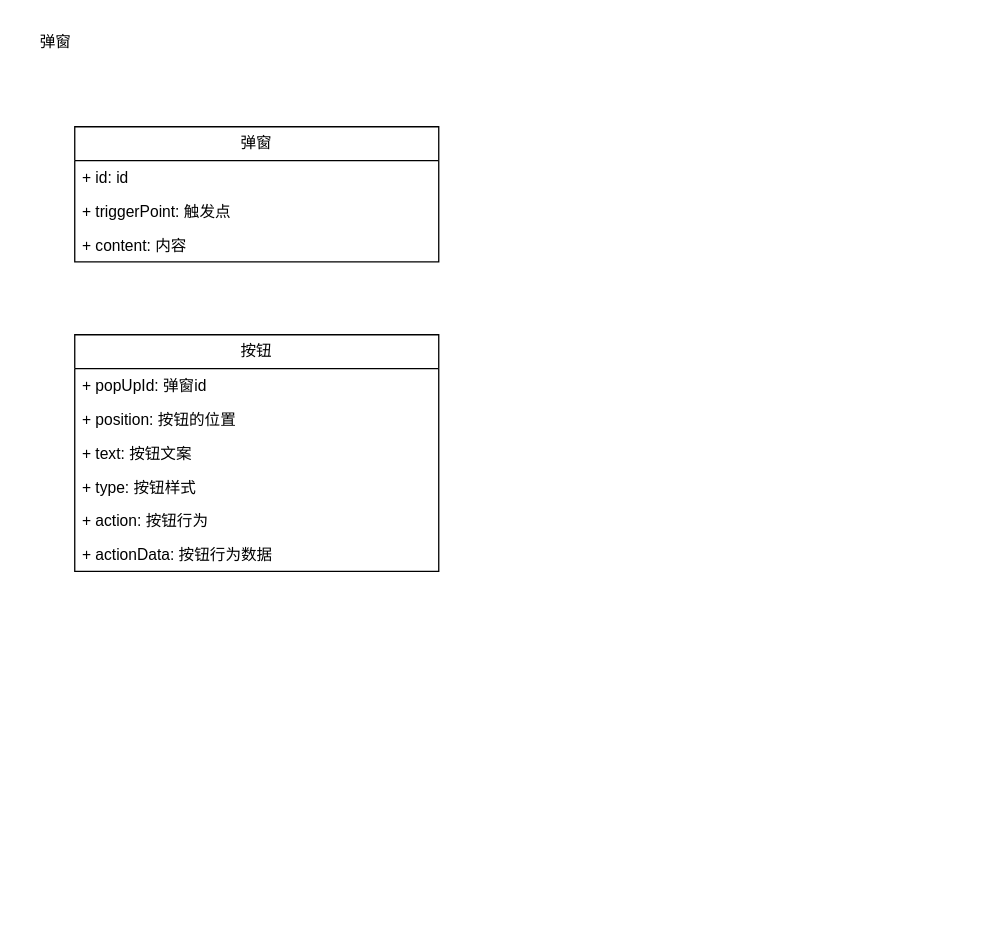
This is 新阅读弹窗.drawio from CruelFatOtaku/draw.io, a draw.io file, before an edit. Source tidied: cells renumbered, new cells numbered last; positions are measured from the earlier drawing's top-left corner, leaving out a move shared by most shapes. Both pictures are drawn from the tidied source at 130%, with x=0, y=0 at pixel (22, 22).
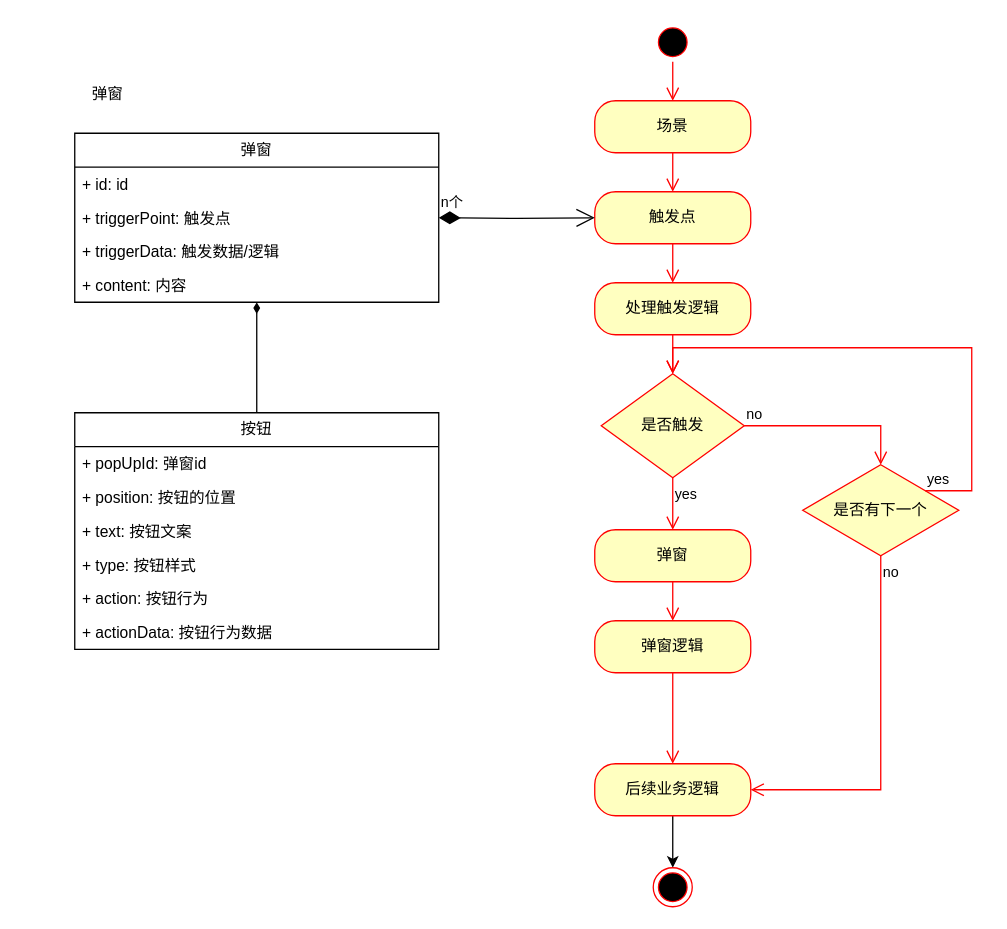
Above is the later version.

Commit message (it also covers changes not shown here):
更新新阅读弹窗.drawio

What changed in the source:
```diff
@@
     <mxCell id="2" value="弹窗" style="swimlane;fontStyle=0;horizontal=1;startSize=26;fillColor=none;whiteSpace=wrap;html=1;" parent="1" vertex="1">
-      <mxGeometry x="40" y="80" width="280" height="104" as="geometry" />
+      <mxGeometry x="40" y="85" width="280" height="130" as="geometry" />
     </mxCell>
@@
+    <mxCell id="14" value="+ triggerData: 触发数据/逻辑" style="text;strokeColor=none;fillColor=none;align=left;verticalAlign=top;spacingLeft=4;spacingRight=4;overflow=hidden;whiteSpace=wrap;html=1;" parent="2" vertex="1">
+      <mxGeometry y="78" width="280" height="26" as="geometry" />
+    </mxCell>
     <mxCell id="5" value="+ content: 内容" style="text;strokeColor=none;fillColor=none;align=left;verticalAlign=top;spacingLeft=4;spacingRight=4;overflow=hidden;whiteSpace=wrap;html=1;" parent="2" vertex="1">
-      <mxGeometry y="78" width="280" height="26" as="geometry" />
+      <mxGeometry y="104" width="280" height="26" as="geometry" />
     </mxCell>
+    <mxCell id="15" style="edgeStyle=orthogonalEdgeStyle;rounded=0;jettySize=auto;html=1;endArrow=diamondThin;endFill=1;" parent="1" edge="1" source="6" target="2">
+      <mxGeometry relative="1" as="geometry" />
+    </mxCell>
     <mxCell id="6" value="按钮" style="swimlane;fontStyle=0;horizontal=1;startSize=26;fillColor=none;whiteSpace=wrap;html=1;" parent="1" vertex="1">
-      <mxGeometry x="40" y="240" width="280" height="182" as="geometry" />
+      <mxGeometry x="40" y="300" width="280" height="182" as="geometry" />
     </mxCell>
@@
     <mxCell id="13" value="弹窗" style="text;html=1;align=center;verticalAlign=middle;strokeColor=none;fillColor=none;" parent="1" vertex="1">
-      <mxGeometry width="50" height="30" as="geometry" />
+      <mxGeometry x="40" y="40" width="50" height="30" as="geometry" />
     </mxCell>
+    <mxCell id="16" value="场景" style="rounded=1;whiteSpace=wrap;html=1;arcSize=40;fontColor=#000000;fillColor=#ffffc0;strokeColor=#ff0000;" parent="1" vertex="1">
+      <mxGeometry x="440" y="60" width="120" height="40" as="geometry" />
+    </mxCell>
+    <mxCell id="17" style="edgeStyle=orthogonalEdgeStyle;html=1;verticalAlign=bottom;endArrow=open;endSize=8;strokeColor=#ff0000;rounded=0;entryX=0.5;entryY=0;entryDx=0;entryDy=0;" parent="1" edge="1" source="16" target="18">
+      <mxGeometry relative="1" as="geometry" />
+    </mxCell>
+    <mxCell id="18" value="触发点" style="rounded=1;whiteSpace=wrap;html=1;arcSize=40;fontColor=#000000;fillColor=#ffffc0;strokeColor=#ff0000;" parent="1" vertex="1">
+      <mxGeometry x="440" y="130" width="120" height="40" as="geometry" />
+    </mxCell>
+    <mxCell id="19" style="edgeStyle=orthogonalEdgeStyle;html=1;verticalAlign=bottom;endArrow=open;endSize=8;strokeColor=#ff0000;rounded=0;entryX=0.5;entryY=0;entryDx=0;entryDy=0;" parent="1" edge="1" source="18" target="21">
+      <mxGeometry relative="1" as="geometry" />
+    </mxCell>
+    <mxCell id="20" value="n个" style="endArrow=open;html=1;endSize=12;startArrow=diamondThin;startSize=14;startFill=1;edgeStyle=orthogonalEdgeStyle;align=left;verticalAlign=bottom;rounded=0;entryX=0;entryY=0.5;entryDx=0;entryDy=0;" parent="1" edge="1" target="18">
+      <mxGeometry x="-1" y="3" relative="1" as="geometry">
+        <mxPoint x="320" y="150" as="sourcePoint" />
+      </mxGeometry>
+    </mxCell>
+    <mxCell id="21" value="处理触发逻辑" style="rounded=1;whiteSpace=wrap;html=1;arcSize=40;fontColor=#000000;fillColor=#ffffc0;strokeColor=#ff0000;" parent="1" vertex="1">
+      <mxGeometry x="440" y="200" width="120" height="40" as="geometry" />
+    </mxCell>
+    <mxCell id="22" style="edgeStyle=orthogonalEdgeStyle;html=1;verticalAlign=bottom;endArrow=open;endSize=8;strokeColor=#ff0000;rounded=0;entryX=0.5;entryY=0;entryDx=0;entryDy=0;" parent="1" edge="1" source="21" target="23">
+      <mxGeometry relative="1" as="geometry">
+        <Array as="points">
+          <mxPoint x="500" y="270" />
+          <mxPoint x="501" y="270" />
+        </Array>
+      </mxGeometry>
+    </mxCell>
+    <mxCell id="23" value="是否触发" style="rhombus;whiteSpace=wrap;html=1;fontColor=#000000;fillColor=#ffffc0;strokeColor=#ff0000;" parent="1" vertex="1">
+      <mxGeometry x="445" y="270" width="110" height="80" as="geometry" />
+    </mxCell>
+    <mxCell id="24" value="no" style="edgeStyle=orthogonalEdgeStyle;html=1;align=left;verticalAlign=bottom;endArrow=open;endSize=8;strokeColor=#ff0000;rounded=0;entryX=0.5;entryY=0;entryDx=0;entryDy=0;" parent="1" edge="1" source="23" target="26">
+      <mxGeometry x="-1" relative="1" as="geometry" />
+    </mxCell>
+    <mxCell id="25" value="yes" style="edgeStyle=orthogonalEdgeStyle;html=1;align=left;verticalAlign=top;endArrow=open;endSize=8;strokeColor=#ff0000;rounded=0;entryX=0.5;entryY=0;entryDx=0;entryDy=0;" parent="1" edge="1" source="23" target="31">
+      <mxGeometry x="-1" relative="1" as="geometry" />
+    </mxCell>
+    <mxCell id="26" value="是否有下一个" style="rhombus;whiteSpace=wrap;html=1;fontColor=#000000;fillColor=#ffffc0;strokeColor=#ff0000;" parent="1" vertex="1">
+      <mxGeometry x="600" y="340" width="120" height="70" as="geometry" />
+    </mxCell>
+    <mxCell id="27" value="yes" style="edgeStyle=orthogonalEdgeStyle;html=1;align=left;verticalAlign=bottom;endArrow=open;endSize=8;strokeColor=#ff0000;rounded=0;entryX=0.5;entryY=0;entryDx=0;entryDy=0;" parent="1" edge="1" source="26" target="23">
+      <mxGeometry x="-1" relative="1" as="geometry">
+        <Array as="points">
+          <mxPoint x="730" y="360" />
+          <mxPoint x="730" y="250" />
+          <mxPoint x="500" y="250" />
+        </Array>
+      </mxGeometry>
+    </mxCell>
+    <mxCell id="28" value="no" style="edgeStyle=orthogonalEdgeStyle;html=1;align=left;verticalAlign=top;endArrow=open;endSize=8;strokeColor=#ff0000;rounded=0;entryX=1;entryY=0.5;entryDx=0;entryDy=0;" parent="1" edge="1" source="26" target="30">
+      <mxGeometry x="-1" relative="1" as="geometry">
+        <Array as="points">
+          <mxPoint x="660" y="590" />
+        </Array>
+      </mxGeometry>
+    </mxCell>
+    <mxCell id="29" style="edgeStyle=orthogonalEdgeStyle;rounded=0;jettySize=auto;html=1;entryX=0.5;entryY=0;entryDx=0;entryDy=0;" parent="1" edge="1" source="30" target="37">
+      <mxGeometry relative="1" as="geometry" />
+    </mxCell>
+    <mxCell id="30" value="后续业务逻辑" style="rounded=1;whiteSpace=wrap;html=1;arcSize=40;fontColor=#000000;fillColor=#ffffc0;strokeColor=#ff0000;" parent="1" vertex="1">
+      <mxGeometry x="440" y="570" width="120" height="40" as="geometry" />
+    </mxCell>
+    <mxCell id="31" value="弹窗" style="rounded=1;whiteSpace=wrap;html=1;arcSize=40;fontColor=#000000;fillColor=#ffffc0;strokeColor=#ff0000;" parent="1" vertex="1">
+      <mxGeometry x="440" y="390" width="120" height="40" as="geometry" />
+    </mxCell>
+    <mxCell id="32" style="edgeStyle=orthogonalEdgeStyle;html=1;verticalAlign=bottom;endArrow=open;endSize=8;strokeColor=#ff0000;rounded=0;entryX=0.5;entryY=0;entryDx=0;entryDy=0;" parent="1" edge="1" source="31" target="33">
+      <mxGeometry relative="1" as="geometry" />
+    </mxCell>
+    <mxCell id="33" value="弹窗逻辑" style="rounded=1;whiteSpace=wrap;html=1;arcSize=40;fontColor=#000000;fillColor=#ffffc0;strokeColor=#ff0000;" parent="1" vertex="1">
+      <mxGeometry x="440" y="460" width="120" height="40" as="geometry" />
+    </mxCell>
+    <mxCell id="34" style="edgeStyle=orthogonalEdgeStyle;html=1;verticalAlign=bottom;endArrow=open;endSize=8;strokeColor=#ff0000;rounded=0;entryX=0.5;entryY=0;entryDx=0;entryDy=0;" parent="1" edge="1" source="33" target="30">
+      <mxGeometry relative="1" as="geometry" />
+    </mxCell>
+    <mxCell id="35" style="ellipse;html=1;shape=startState;fillColor=#000000;strokeColor=#ff0000;" parent="1" vertex="1">
+      <mxGeometry x="485" width="30" height="30" as="geometry" />
+    </mxCell>
+    <mxCell id="36" style="edgeStyle=orthogonalEdgeStyle;html=1;verticalAlign=bottom;endArrow=open;endSize=8;strokeColor=#ff0000;rounded=0;entryX=0.5;entryY=0;entryDx=0;entryDy=0;" parent="1" edge="1" source="35" target="16">
+      <mxGeometry relative="1" as="geometry" />
+    </mxCell>
+    <mxCell id="37" style="ellipse;html=1;shape=endState;fillColor=#000000;strokeColor=#ff0000;" parent="1" vertex="1">
+      <mxGeometry x="485" y="650" width="30" height="30" as="geometry" />
+    </mxCell>
```
